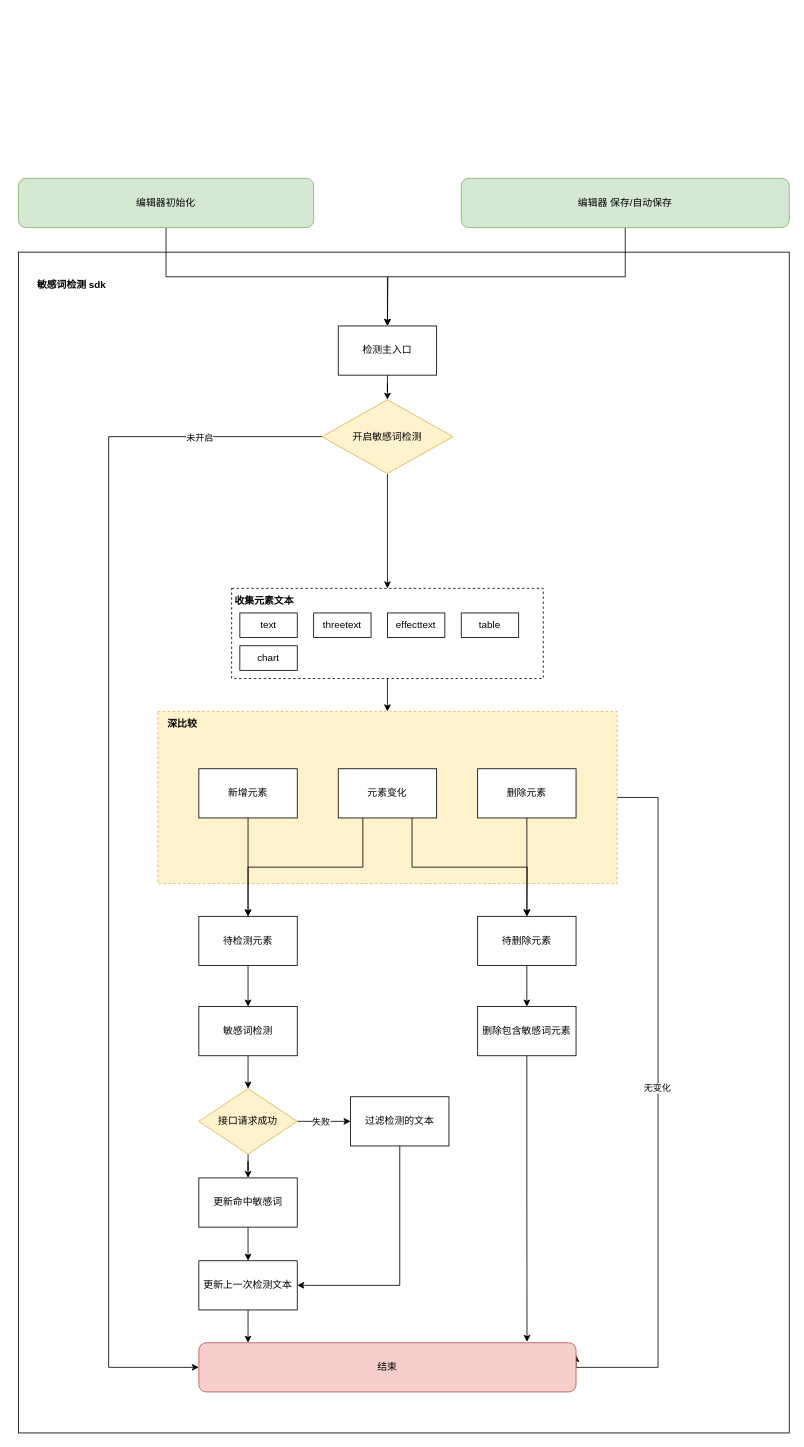
Earlier version of the draw.io diagram worker/ka 敏感词检测.drawio (TNT-Likely/diagrams). Source tidied: cells renumbered, new cells numbered last; positions are measured from the earlier drawing's top-left corner, leaving out a move shared by most shapes. Both pictures are drawn from the tidied source at 82%, with x=0, y=0 at pixel (18, 178).
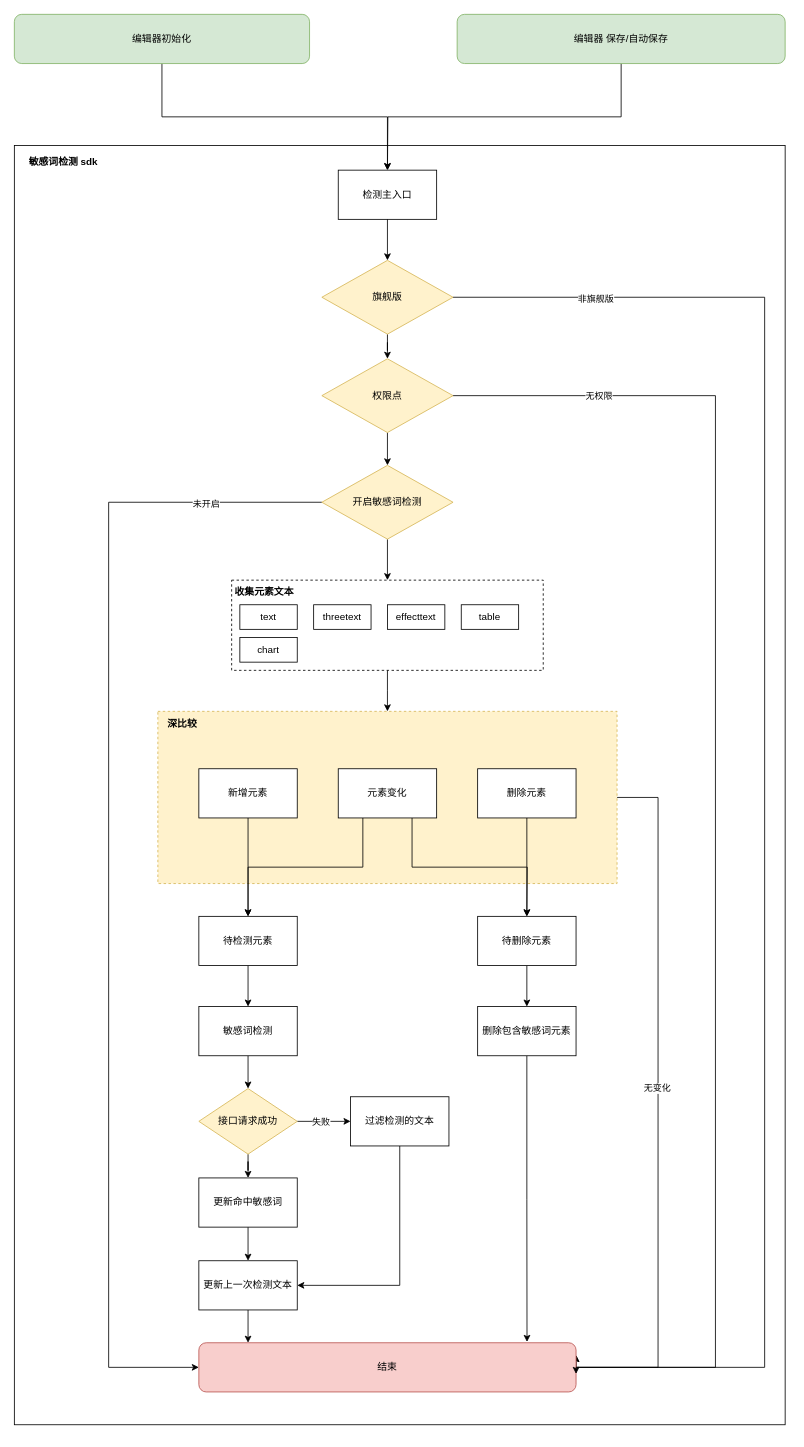
The same page after the edit.

Commit message:
更新ka 敏感词检测.drawio

Unchanged cells that the change refers to:
```xml
<mxCell id="34" value="结束" style="rounded=1;whiteSpace=wrap;html=1;fillColor=#f8cecc;strokeColor=#b85450;" parent="1" vertex="1">
  <mxGeometry x="220" y="1420" width="460" height="60" as="geometry" />
</mxCell>
```

Diff of the diagram source:
```diff
@@
     <mxCell id="2" style="rounded=0;whiteSpace=wrap;html=1;" parent="1" vertex="1">
-      <mxGeometry y="90" width="940" height="1440" as="geometry" />
+      <mxGeometry x="-5" y="-40" width="940" height="1560" as="geometry" />
     </mxCell>
+    <mxCell id="7" value="敏感词检测 sdk" style="text;html=1;strokeColor=none;fillColor=none;align=center;verticalAlign=middle;whiteSpace=wrap;rounded=0;fontStyle=1;fontSize=12;" parent="1" vertex="1">
+      <mxGeometry x="10" y="-30" width="90" height="20" as="geometry" />
+    </mxCell>
+    <mxCell id="53" style="edgeStyle=orthogonalEdgeStyle;rounded=0;jettySize=auto;html=1;" parent="1" edge="1" source="54" target="58">
+      <mxGeometry relative="1" as="geometry" />
+    </mxCell>
+    <mxCell id="54" value="旗舰版" style="rhombus;whiteSpace=wrap;html=1;fillColor=#fff2cc;strokeColor=#d6b656;" parent="1" vertex="1">
+      <mxGeometry x="370" y="100" width="160" height="90" as="geometry" />
+    </mxCell>
+    <mxCell id="55" style="edgeStyle=orthogonalEdgeStyle;rounded=0;jettySize=auto;html=1;" parent="1" edge="1" source="58" target="43">
+      <mxGeometry relative="1" as="geometry" />
+    </mxCell>
+    <mxCell id="56" style="edgeStyle=orthogonalEdgeStyle;rounded=0;jettySize=auto;html=1;exitX=1;exitY=0.5;exitDx=0;exitDy=0;entryX=1;entryY=0.25;entryDx=0;entryDy=0;" parent="1" edge="1" source="58" target="34">
+      <mxGeometry relative="1" as="geometry">
+        <Array as="points">
+          <mxPoint x="850" y="265" />
+          <mxPoint x="850" y="1450" />
+          <mxPoint x="680" y="1450" />
+        </Array>
+      </mxGeometry>
+    </mxCell>
+    <mxCell id="57" value="无权限" style="edgeLabel;html=1;align=center;verticalAlign=middle;" parent="56" vertex="1">
+      <mxGeometry x="-0.79" relative="1" as="geometry" />
+    </mxCell>
+    <mxCell id="58" value="权限点" style="rhombus;whiteSpace=wrap;html=1;fillColor=#fff2cc;strokeColor=#d6b656;" parent="1" vertex="1">
+      <mxGeometry x="370" y="220" width="160" height="90" as="geometry" />
+    </mxCell>
+    <mxCell id="9" value="检测主入口" style="rounded=0;whiteSpace=wrap;html=1;" parent="1" vertex="1">
+      <mxGeometry x="390" y="-10" width="120" height="60" as="geometry" />
+    </mxCell>
+    <mxCell id="59" style="edgeStyle=orthogonalEdgeStyle;rounded=0;jettySize=auto;html=1;" parent="1" edge="1" source="9" target="54">
+      <mxGeometry relative="1" as="geometry" />
+    </mxCell>
@@
     <mxCell id="4" value="编辑器初始化" style="rounded=1;whiteSpace=wrap;html=1;fillColor=#d5e8d4;strokeColor=#82b366;" parent="1" vertex="1">
-      <mxGeometry width="360" height="60" as="geometry" />
+      <mxGeometry x="-5" y="-200" width="360" height="60" as="geometry" />
     </mxCell>
-    <mxCell id="5" style="edgeStyle=orthogonalEdgeStyle;rounded=0;jettySize=auto;html=1;exitX=0.5;exitY=1;exitDx=0;exitDy=0;" parent="1" edge="1" source="6">
-      <mxGeometry relative="1" as="geometry">
-        <mxPoint x="450" y="180" as="targetPoint" />
-      </mxGeometry>
-    </mxCell>
+    <mxCell id="60" style="edgeStyle=orthogonalEdgeStyle;rounded=0;jettySize=auto;html=1;exitX=0.5;exitY=1;exitDx=0;exitDy=0;" parent="1" edge="1" source="6">
+      <mxGeometry relative="1" as="geometry">
+        <mxPoint x="450" y="-10" as="targetPoint" />
+      </mxGeometry>
+    </mxCell>
     <mxCell id="6" value="编辑器 保存/自动保存" style="rounded=1;whiteSpace=wrap;html=1;fillColor=#d5e8d4;strokeColor=#82b366;" parent="1" vertex="1">
-      <mxGeometry x="540" width="400" height="60" as="geometry" />
+      <mxGeometry x="535" y="-200" width="400" height="60" as="geometry" />
     </mxCell>
-    <mxCell id="7" value="敏感词检测 sdk" style="text;html=1;strokeColor=none;fillColor=none;align=center;verticalAlign=middle;whiteSpace=wrap;rounded=0;fontStyle=1;fontSize=12;" parent="1" vertex="1">
-      <mxGeometry x="20" y="120" width="90" height="20" as="geometry" />
-    </mxCell>
-    <mxCell id="8" style="edgeStyle=orthogonalEdgeStyle;rounded=0;jettySize=auto;html=1;" parent="1" edge="1" source="9" target="43">
-      <mxGeometry relative="1" as="geometry" />
-    </mxCell>
-    <mxCell id="9" value="检测主入口" style="rounded=0;whiteSpace=wrap;html=1;" parent="1" vertex="1">
-      <mxGeometry x="390" y="180" width="120" height="60" as="geometry" />
-    </mxCell>
@@
     <mxCell id="41" style="edgeStyle=orthogonalEdgeStyle;rounded=0;jettySize=auto;html=1;exitX=0;exitY=0.5;exitDx=0;exitDy=0;entryX=0;entryY=0.5;entryDx=0;entryDy=0;" parent="1" edge="1" source="43" target="34">
       <mxGeometry relative="1" as="geometry">
         <Array as="points">
-          <mxPoint x="110" y="315" />
+          <mxPoint x="110" y="395" />
           <mxPoint x="110" y="1450" />
         </Array>
       </mxGeometry>
     </mxCell>
@@
     <mxCell id="43" value="开启敏感词检测" style="rhombus;whiteSpace=wrap;html=1;fillColor=#fff2cc;strokeColor=#d6b656;" parent="1" vertex="1">
-      <mxGeometry x="370" y="270" width="160" height="90" as="geometry" />
+      <mxGeometry x="370" y="350" width="160" height="90" as="geometry" />
     </mxCell>
     <mxCell id="44" style="group;" parent="1" vertex="1">
-      <mxGeometry x="260" y="500" width="380" height="110" as="geometry" />
+      <mxGeometry x="260" y="490" width="380" height="110" as="geometry" />
     </mxCell>
@@
+    <mxCell id="61" style="edgeStyle=orthogonalEdgeStyle;rounded=0;jettySize=auto;html=1;exitX=1;exitY=0.5;exitDx=0;exitDy=0;entryX=1;entryY=0.633;entryDx=0;entryDy=0;entryPerimeter=0;" parent="1" edge="1" source="54" target="34">
+      <mxGeometry relative="1" as="geometry">
+        <Array as="points">
+          <mxPoint x="910" y="145" />
+          <mxPoint x="910" y="1450" />
+          <mxPoint x="680" y="1450" />
+        </Array>
+      </mxGeometry>
+    </mxCell>
+    <mxCell id="62" value="非旗舰版" style="edgeLabel;html=1;align=center;verticalAlign=middle;" parent="61" vertex="1">
+      <mxGeometry x="-0.82" y="-1" relative="1" as="geometry" />
+    </mxCell>
```
